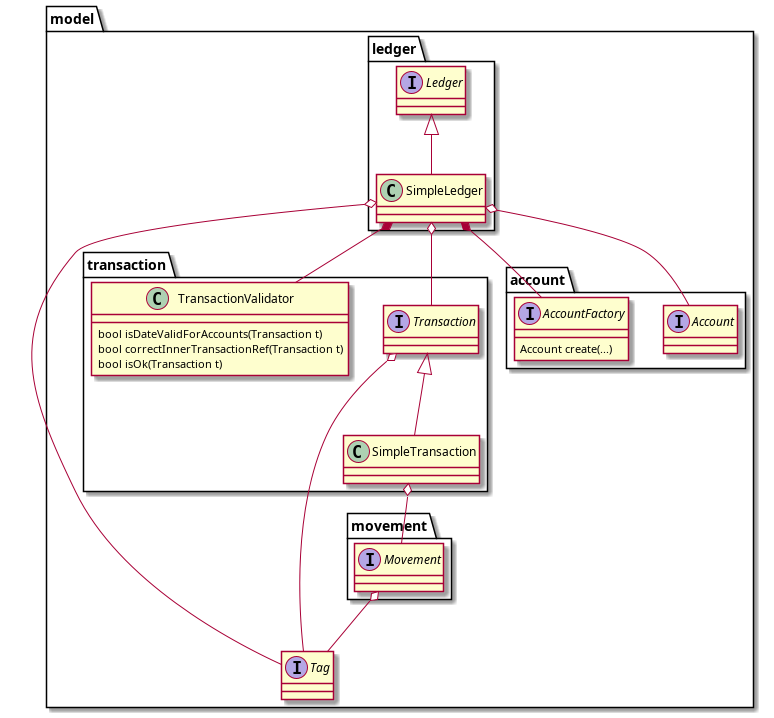
Earlier version of the PlantUML export model_ledger.png (ilkosta/jbudgetimages). The source it was exported from:
```plantuml
@startuml ../src/main/java/it/unicam/cs/pa/jbudget101101/doc-files/model_ledger.png


package model {

    interface Tag

    package movement {
        interface Movement

        Movement o-- Tag
    }

    package transaction {
        interface Transaction

        Transaction <|-- SimpleTransaction
        SimpleTransaction o-- Movement

        class TransactionValidator {
                    bool isDateValidForAccounts(Transaction t)
                    bool correctInnerTransactionRef(Transaction t)
                    bool isOk(Transaction t)
                }
    }

    package account {
        interface Account

        interface AccountFactory {
            Account create(...)
        }

    }

    package ledger {
        interface Ledger
        interface AccountFactory

        Ledger <|-- SimpleLedger

        SimpleLedger o-- Transaction
        SimpleLedger o-- Account
        SimpleLedger o-- Tag
        Transaction o-- Tag

        SimpleLedger *-- TransactionValidator
        SimpleLedger *-- AccountFactory

    }
}



@enduml
```
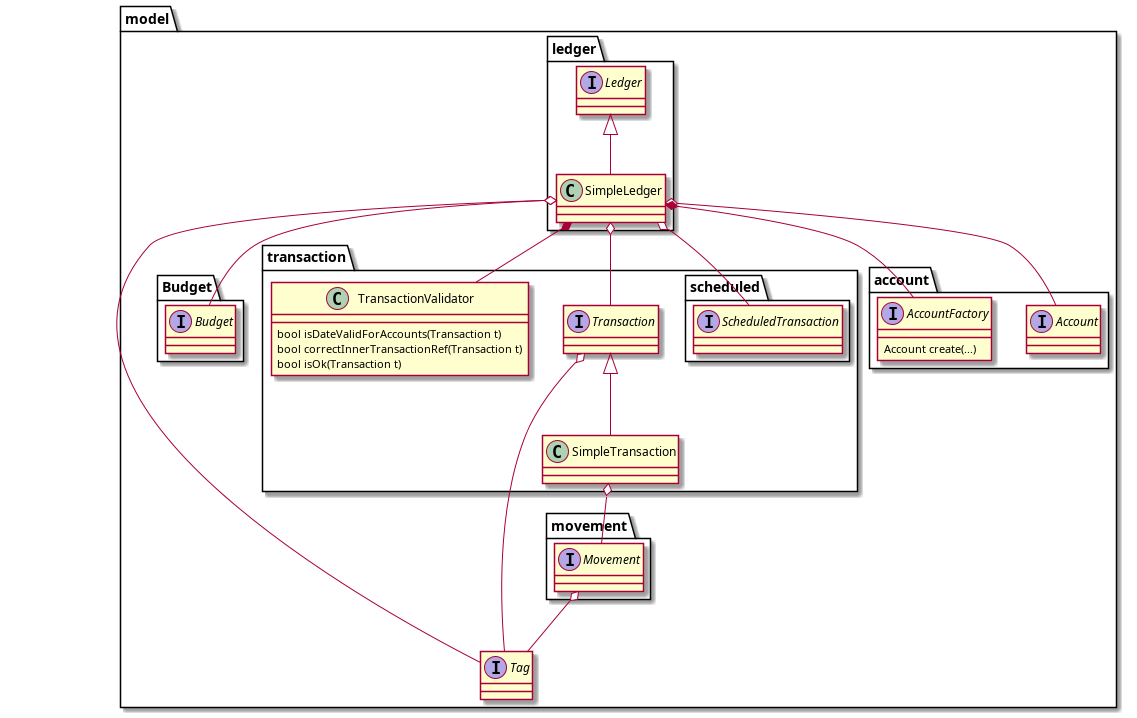
After the commit.

Diff of the diagram source:
```diff
@@ -11,6 +11,12 @@
         Movement o-- Tag
     }
 
+    package Budget {
+        interface Budget
+    }
+
+
+
     package transaction {
         interface Transaction
 
@@ -22,6 +28,10 @@
                     bool correctInnerTransactionRef(Transaction t)
                     bool isOk(Transaction t)
                 }
+
+        package scheduled {
+            interface ScheduledTransaction
+        }
     }
 
     package account {
@@ -30,7 +40,6 @@
         interface AccountFactory {
             Account create(...)
         }
-
     }
 
     package ledger {
@@ -42,6 +51,9 @@
         SimpleLedger o-- Transaction
         SimpleLedger o-- Account
         SimpleLedger o-- Tag
+        SimpleLedger o-- ScheduledTransaction
+        SimpleLedger o-- Budget
+
         Transaction o-- Tag
 
         SimpleLedger *-- TransactionValidator
```
